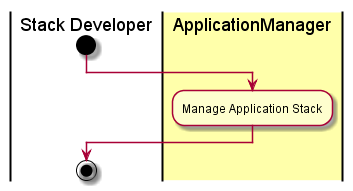
The PlantUML diagram design/UseCases/ManageApplicationStack/Activities.png in CAADE/C3, before a commit. The source it was exported from:
```plantuml
@startuml
|Stack Developer|
start
|#ffffaa|ApplicationManager|
:Manage Application Stack;
|Stack Developer|
stop
@enduml
```
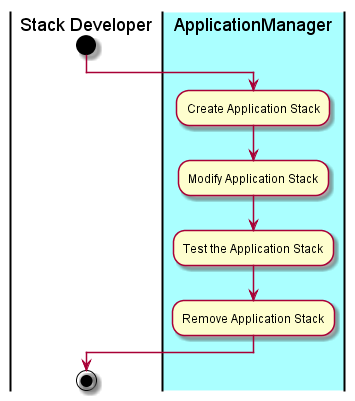
After the commit.

What changed in the source:
```diff
@@ -1,8 +1,11 @@
 @startuml
 |Stack Developer|
 start
-|#ffffaa|ApplicationManager|
-:Manage Application Stack;
+|#aaffff|ApplicationManager|
+:Create Application Stack;
+:Modify Application Stack;
+:Test the Application Stack;
+:Remove Application Stack;
 |Stack Developer|
 stop
 @enduml
```
